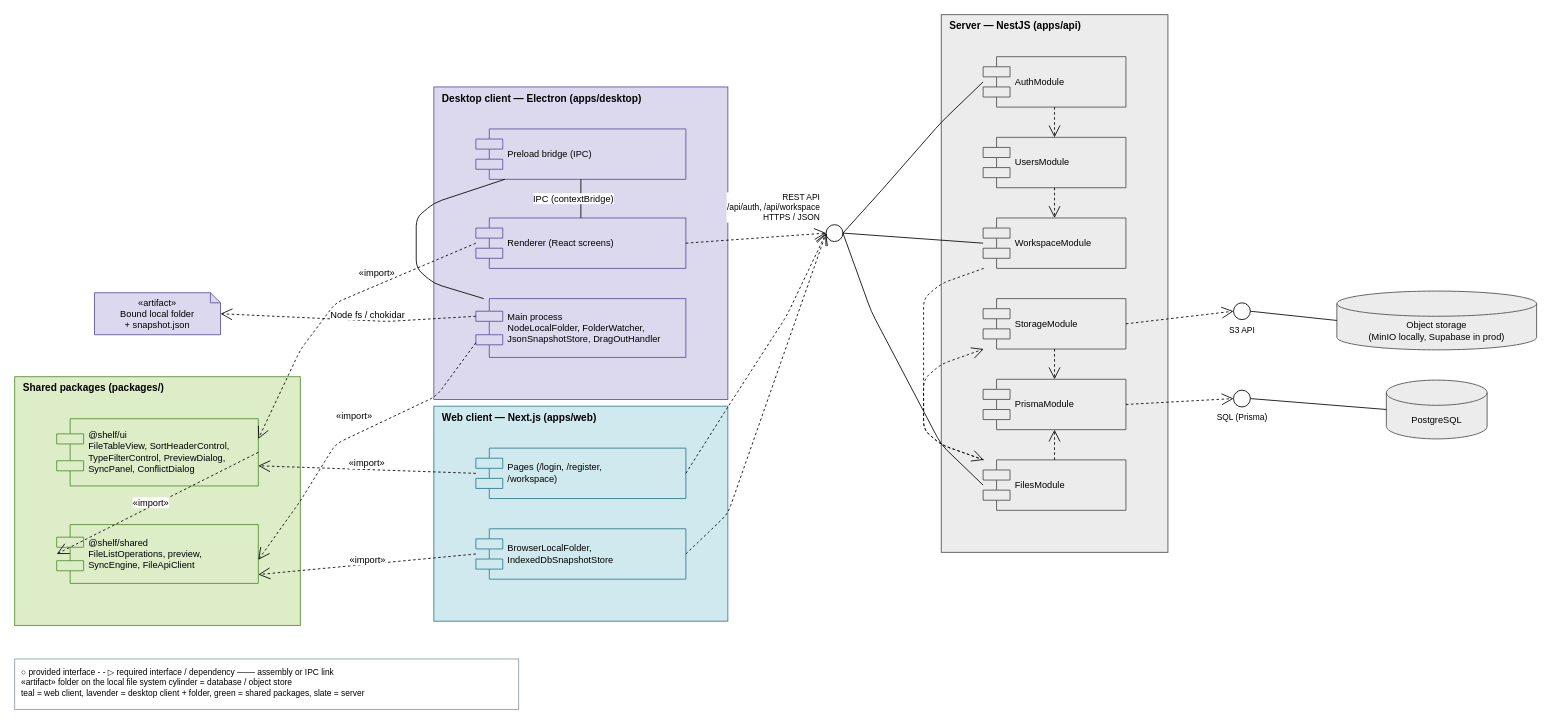
Earlier version of the draw.io diagram docs/uml/drawio/09-component.drawio (NONAME-lf/shelf). Source tidied: cells renumbered, new cells numbered last; positions are measured from the earlier drawing's top-left corner, leaving out a move shared by most shapes. Both pictures are drawn from the tidied source at 84%, with x=0, y=0 at pixel (14, 14).
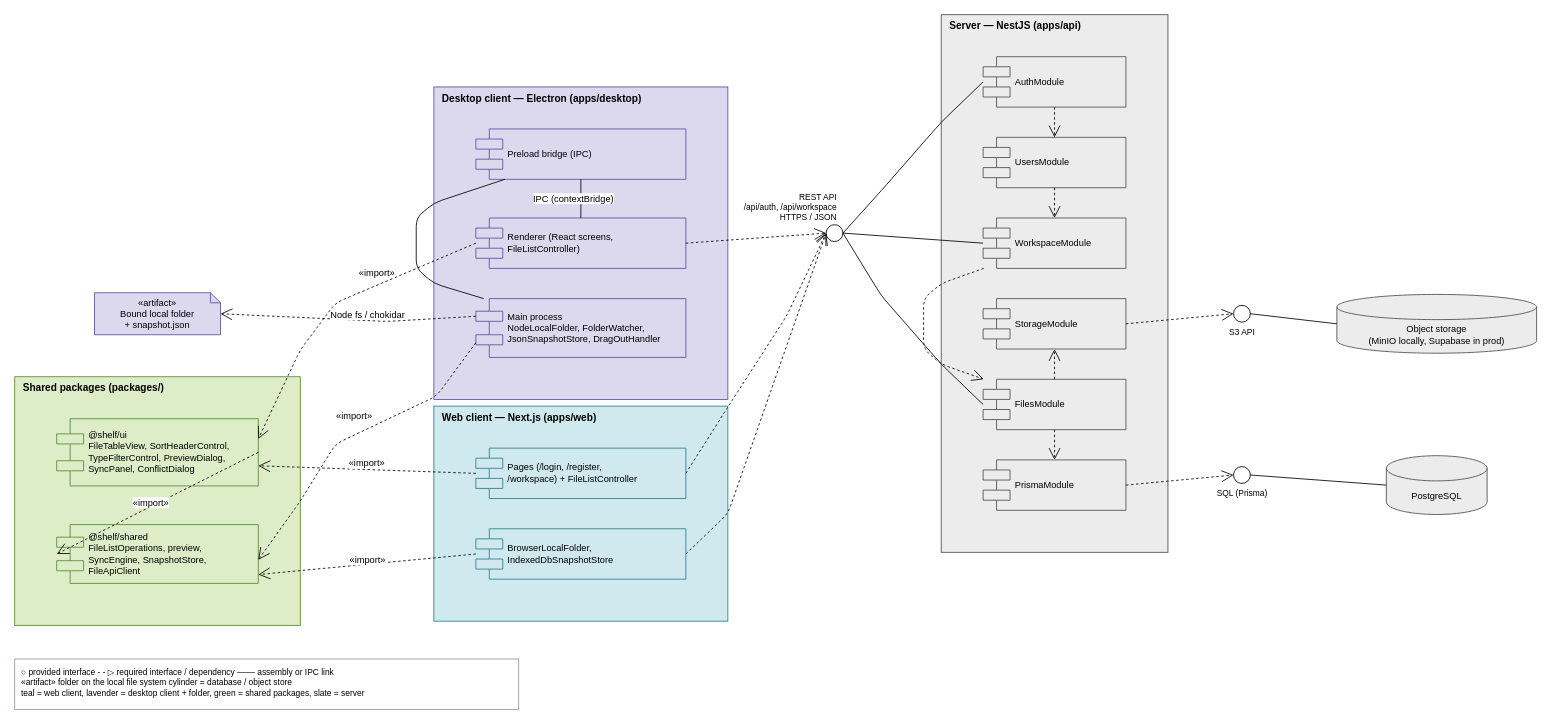
Above is the later version.

Commit message (it also covers changes not shown here):
docs(uml): align the component and state diagrams with the spec

Unchanged cells that the change refers to:
```xml
<mxCell id="2" value="Desktop client — Electron (apps/desktop)" style="rounded=0;whiteSpace=wrap;html=1;verticalAlign=top;align=left;spacingLeft=8;fontStyle=1;fillColor=#dcd8ee;strokeColor=#5d4f9c;dashed=0;" parent="1" vertex="1">
  <mxGeometry x="499" y="86" width="350" height="372" as="geometry" />
</mxCell>
<mxCell id="3" value="Web client — Next.js (apps/web)" style="rounded=0;whiteSpace=wrap;html=1;verticalAlign=top;align=left;spacingLeft=8;fontStyle=1;fillColor=#cfe9ee;strokeColor=#2e7d8c;dashed=0;" parent="1" vertex="1">
  <mxGeometry x="499" y="466" width="350" height="256" as="geometry" />
</mxCell>
<mxCell id="4" value="Shared packages (packages/)" style="rounded=0;whiteSpace=wrap;html=1;verticalAlign=top;align=left;spacingLeft=8;fontStyle=1;fillColor=#dcedc8;strokeColor=#558b2f;dashed=0;" parent="1" vertex="1">
  <mxGeometry y="431" width="340" height="296" as="geometry" />
</mxCell>
<mxCell id="5" value="Server — NestJS (apps/api)" style="rounded=0;whiteSpace=wrap;html=1;verticalAlign=top;align=left;spacingLeft=8;fontStyle=1;fillColor=#ececec;strokeColor=#4d4d4d;dashed=0;" parent="1" vertex="1">
  <mxGeometry x="1103" width="269.9" height="640" as="geometry" />
</mxCell>
<mxCell id="17" value="WorkspaceModule" style="shape=component;align=left;spacingLeft=36;html=1;whiteSpace=wrap;fontSize=11;fillColor=#ececec;strokeColor=#4d4d4d;" parent="5" vertex="1">
  <mxGeometry x="49.9" y="242" width="170" height="60" as="geometry" />
</mxCell>
<mxCell id="19" value="StorageModule" style="shape=component;align=left;spacingLeft=36;html=1;whiteSpace=wrap;fontSize=11;fillColor=#ececec;strokeColor=#4d4d4d;" parent="5" vertex="1">
  <mxGeometry x="49.9" y="338" width="170" height="60" as="geometry" />
</mxCell>
```

Diff of the diagram source:
```diff
@@
-    <mxCell id="7" value="@shelf/shared&lt;br&gt;FileListOperations, preview,&lt;br&gt;SyncEngine, FileApiClient" style="shape=component;align=left;spacingLeft=36;html=1;whiteSpace=wrap;fontSize=11;fillColor=#dcedc8;strokeColor=#558b2f;" parent="4" vertex="1">
+    <mxCell id="7" value="@shelf/shared&lt;br&gt;FileListOperations, preview,&lt;br&gt;SyncEngine, SnapshotStore, FileApiClient" style="shape=component;align=left;spacingLeft=36;html=1;whiteSpace=wrap;fontSize=11;fillColor=#dcedc8;strokeColor=#558b2f;" parent="4" vertex="1">
       <mxGeometry x="50" y="176" width="240" height="70" as="geometry" />
     </mxCell>
@@
-    <mxCell id="9" value="Renderer (React screens)" style="shape=component;align=left;spacingLeft=36;html=1;whiteSpace=wrap;fontSize=11;fillColor=#dcd8ee;strokeColor=#5d4f9c;" parent="2" vertex="1">
+    <mxCell id="9" value="Renderer (React screens,&lt;br&gt;FileListController)" style="shape=component;align=left;spacingLeft=36;html=1;whiteSpace=wrap;fontSize=11;fillColor=#dcd8ee;strokeColor=#5d4f9c;" parent="2" vertex="1">
       <mxGeometry x="50" y="156" width="250" height="60" as="geometry" />
     </mxCell>
@@
-    <mxCell id="12" value="Pages (/login, /register,&lt;br&gt;/workspace)" style="shape=component;align=left;spacingLeft=36;html=1;whiteSpace=wrap;fontSize=11;fillColor=#cfe9ee;strokeColor=#2e7d8c;" parent="3" vertex="1">
+    <mxCell id="12" value="Pages (/login, /register,&lt;br&gt;/workspace) + FileListController" style="shape=component;align=left;spacingLeft=36;html=1;whiteSpace=wrap;fontSize=11;fillColor=#cfe9ee;strokeColor=#2e7d8c;" parent="3" vertex="1">
       <mxGeometry x="50" y="50" width="250" height="60" as="geometry" />
     </mxCell>
@@
-    <mxCell id="14" value="REST API&lt;br&gt;/api/auth, /api/workspace&lt;br&gt;HTTPS / JSON" style="ellipse;html=1;verticalLabelPosition=top;labelBackgroundColor=#ffffff;verticalAlign=bottom;fontSize=10;fillColor=#ffffff;strokeColor=#000000;labelPosition=left;align=right;spacingRight=6;" parent="1" vertex="1">
+    <mxCell id="14" value="REST API&lt;br&gt;/api/auth, /api/workspace&lt;br&gt;HTTPS / JSON" style="ellipse;html=1;verticalLabelPosition=top;labelBackgroundColor=#ffffff;verticalAlign=bottom;fontSize=10;fillColor=#ffffff;strokeColor=#000000;labelPosition=left;align=right;spacingRight=-14;" parent="1" vertex="1">
       <mxGeometry x="966" y="250" width="20" height="20" as="geometry" />
     </mxCell>
@@
     <mxCell id="18" value="FilesModule" style="shape=component;align=left;spacingLeft=36;html=1;whiteSpace=wrap;fontSize=11;fillColor=#ececec;strokeColor=#4d4d4d;" parent="5" vertex="1">
-      <mxGeometry x="49.9" y="530" width="170" height="60" as="geometry" />
+      <mxGeometry x="49.9" y="434" width="170" height="60" as="geometry" />
     </mxCell>
@@
     <mxCell id="20" value="PrismaModule" style="shape=component;align=left;spacingLeft=36;html=1;whiteSpace=wrap;fontSize=11;fillColor=#ececec;strokeColor=#4d4d4d;" parent="5" vertex="1">
-      <mxGeometry x="49.9" y="434" width="170" height="60" as="geometry" />
+      <mxGeometry x="49.9" y="530" width="170" height="60" as="geometry" />
     </mxCell>
     <mxCell id="21" value="SQL (Prisma)" style="ellipse;html=1;verticalLabelPosition=bottom;labelBackgroundColor=#ffffff;verticalAlign=top;fontSize=10;fillColor=#ffffff;strokeColor=#000000;" parent="1" vertex="1">
-      <mxGeometry x="1451" y="447" width="20" height="20" as="geometry" />
+      <mxGeometry x="1451" y="538" width="20" height="20" as="geometry" />
     </mxCell>
     <mxCell id="22" value="S3 API" style="ellipse;html=1;verticalLabelPosition=bottom;labelBackgroundColor=#ffffff;verticalAlign=top;fontSize=10;fillColor=#ffffff;strokeColor=#000000;" parent="1" vertex="1">
-      <mxGeometry x="1451" y="343" width="20" height="20" as="geometry" />
+      <mxGeometry x="1451" y="346" width="20" height="20" as="geometry" />
     </mxCell>
     <mxCell id="23" value="PostgreSQL" style="shape=cylinder3;whiteSpace=wrap;html=1;boundedLbl=1;backgroundOutline=1;size=15;fontSize=11;fillColor=#ececec;strokeColor=#4d4d4d;" parent="1" vertex="1">
-      <mxGeometry x="1632.9" y="435" width="120" height="70" as="geometry" />
+      <mxGeometry x="1632.9" y="525" width="120" height="70" as="geometry" />
     </mxCell>
     <mxCell id="24" value="Object storage&lt;br&gt;(MinIO locally, Supabase in prod)" style="shape=cylinder3;whiteSpace=wrap;html=1;boundedLbl=1;backgroundOutline=1;size=15;fontSize=11;fillColor=#ececec;strokeColor=#4d4d4d;" parent="1" vertex="1">
-      <mxGeometry x="1574" y="329" width="237.8" height="70" as="geometry" />
+      <mxGeometry x="1574" y="333" width="237.8" height="70" as="geometry" />
     </mxCell>
@@
     <mxCell id="28" style="endArrow=none;html=1;labelBackgroundColor=#ffffff;exitX=0;exitY=0.5;exitDx=0;exitDy=0;entryX=1;entryY=0.5;entryDx=0;entryDy=0;edgeStyle=none;" parent="1" edge="1" source="18" target="14">
       <mxGeometry relative="1" as="geometry">
         <Array as="points">
-          <mxPoint x="1103" y="512" />
-          <mxPoint x="1019.8" y="353.6" />
+          <mxPoint x="1103" y="416" />
+          <mxPoint x="1031.7" y="334.6" />
         </Array>
       </mxGeometry>
     </mxCell>
@@
     <mxCell id="46" style="endArrow=open;endSize=12;dashed=1;html=1;labelBackgroundColor=#ffffff;edgeStyle=none;" parent="1" edge="1" source="17" target="18">
       <mxGeometry relative="1" as="geometry">
         <Array as="points">
           <mxPoint x="1103" y="320" />
           <mxPoint x="1082" y="338" />
-          <mxPoint x="1082" y="494" />
-          <mxPoint x="1103" y="512" />
+          <mxPoint x="1082" y="398" />
+          <mxPoint x="1103" y="416" />
         </Array>
       </mxGeometry>
     </mxCell>
-    <mxCell id="47" style="endArrow=open;endSize=12;dashed=1;html=1;labelBackgroundColor=#ffffff;edgeStyle=none;" parent="1" edge="1" source="18" target="19">
-      <mxGeometry relative="1" as="geometry">
-        <Array as="points">
-          <mxPoint x="1103" y="512" />
-          <mxPoint x="1082" y="494" />
-          <mxPoint x="1082" y="434" />
-          <mxPoint x="1103" y="416" />
-        </Array>
-      </mxGeometry>
+    <mxCell id="47" style="endArrow=open;endSize=12;dashed=1;html=1;labelBackgroundColor=#ffffff;edgeStyle=none;" parent="1" edge="1" source="18" target="20">
+      <mxGeometry relative="1" as="geometry" />
     </mxCell>
-    <mxCell id="48" style="endArrow=open;endSize=12;dashed=1;html=1;labelBackgroundColor=#ffffff;edgeStyle=none;" parent="1" edge="1" source="19" target="20">
+    <mxCell id="48" style="endArrow=open;endSize=12;dashed=1;html=1;labelBackgroundColor=#ffffff;edgeStyle=none;" parent="1" edge="1" source="18" target="19">
       <mxGeometry relative="1" as="geometry" />
     </mxCell>
-    <mxCell id="49" style="endArrow=open;endSize=12;dashed=1;html=1;labelBackgroundColor=#ffffff;edgeStyle=none;" parent="1" edge="1" source="18" target="20">
-      <mxGeometry relative="1" as="geometry" />
-    </mxCell>
```
